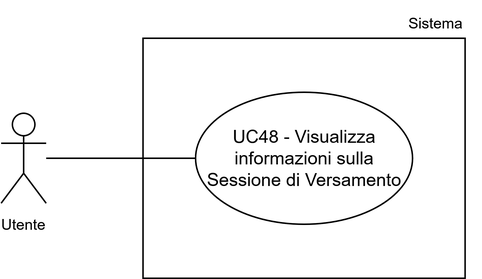
Above: assets/uml/UC48.png in 7-ZPUs/Docs (draw.io), before the change. Source tidied: cells renumbered, new cells last; positions are measured from the earlier drawing's top-left corner, leaving out a move shared by most shapes. The source it was exported from:
```xml
<mxGraphModel>
  <root>
    <mxCell id="0" />
    <mxCell id="1" parent="0" />
    <mxCell id="2" style="whiteSpace=wrap;html=1;" parent="1" vertex="1">
      <mxGeometry x="94.8" y="25" width="214.5" height="160" as="geometry" />
    </mxCell>
    <mxCell id="3" value="UC48 - Visualizza informazioni sulla Sessione di Versamento" style="ellipse;whiteSpace=wrap;html=1;" parent="1" vertex="1">
      <mxGeometry x="129.8" y="61" width="144.5" height="88" as="geometry" />
    </mxCell>
    <mxCell id="4" value="&lt;font style=&quot;font-size: 10px;&quot;&gt;Utente&lt;/font&gt;" style="shape=umlActor;verticalLabelPosition=bottom;verticalAlign=top;html=1;" parent="1" vertex="1">
      <mxGeometry x="0.3" y="75" width="30" height="60" as="geometry" />
    </mxCell>
    <mxCell id="5" value="Sistema" style="text;html=1;whiteSpace=wrap;strokeColor=none;fillColor=none;align=center;verticalAlign=middle;rounded=0;fontSize=10;" parent="1" vertex="1">
      <mxGeometry x="260.2" width="60" height="30" as="geometry" />
    </mxCell>
    <mxCell id="6" style="endArrow=none;html=1;rounded=0;entryX=0;entryY=0.5;entryDx=0;entryDy=0;" parent="1" edge="1" target="3">
      <mxGeometry relative="1" as="geometry">
        <mxPoint x="30.2" y="105" as="sourcePoint" />
      </mxGeometry>
    </mxCell>
  </root>
</mxGraphModel>
```
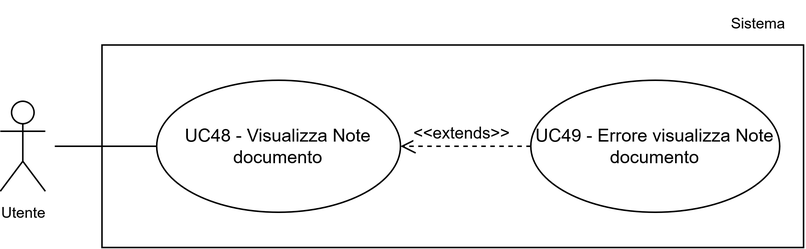
Later version of the same file.

What changed in the source:
```diff
@@ -3,21 +3,27 @@
     <mxCell id="0" />
     <mxCell id="1" parent="0" />
     <mxCell id="2" style="whiteSpace=wrap;html=1;" parent="1" vertex="1">
-      <mxGeometry x="94.8" y="25" width="214.5" height="160" as="geometry" />
+      <mxGeometry x="-329.6" y="6641.5" width="467.4" height="135" as="geometry" />
     </mxCell>
-    <mxCell id="3" value="UC48 - Visualizza informazioni sulla Sessione di Versamento" style="ellipse;whiteSpace=wrap;html=1;" parent="1" vertex="1">
-      <mxGeometry x="129.8" y="61" width="144.5" height="88" as="geometry" />
+    <mxCell id="3" value="UC48 - Visualizza Note documento" style="ellipse;whiteSpace=wrap;html=1;" parent="1" vertex="1">
+      <mxGeometry x="-293.1" y="6665" width="162.4" height="88" as="geometry" />
     </mxCell>
     <mxCell id="4" value="&lt;font style=&quot;font-size: 10px;&quot;&gt;Utente&lt;/font&gt;" style="shape=umlActor;verticalLabelPosition=bottom;verticalAlign=top;html=1;" parent="1" vertex="1">
-      <mxGeometry x="0.3" y="75" width="30" height="60" as="geometry" />
+      <mxGeometry x="-397.3" y="6679" width="30" height="60" as="geometry" />
     </mxCell>
     <mxCell id="5" value="Sistema" style="text;html=1;whiteSpace=wrap;strokeColor=none;fillColor=none;align=center;verticalAlign=middle;rounded=0;fontSize=10;" parent="1" vertex="1">
-      <mxGeometry x="260.2" width="60" height="30" as="geometry" />
+      <mxGeometry x="77.9" y="6611.5" width="60" height="30" as="geometry" />
     </mxCell>
     <mxCell id="6" style="endArrow=none;html=1;rounded=0;entryX=0;entryY=0.5;entryDx=0;entryDy=0;" parent="1" edge="1" target="3">
       <mxGeometry relative="1" as="geometry">
-        <mxPoint x="30.2" y="105" as="sourcePoint" />
+        <mxPoint x="-361" y="6709" as="sourcePoint" />
       </mxGeometry>
     </mxCell>
+    <mxCell id="7" value="UC49 - Errore visualizza Note documento" style="ellipse;whiteSpace=wrap;html=1;" parent="1" vertex="1">
+      <mxGeometry x="-43.8" y="6665" width="165.8" height="88" as="geometry" />
+    </mxCell>
+    <mxCell id="8" value="&amp;lt;&amp;lt;extends&amp;gt;&amp;gt;" style="html=1;verticalAlign=bottom;endArrow=open;dashed=1;endSize=8;curved=0;rounded=0;exitX=0;exitY=0.5;exitDx=0;exitDy=0;entryX=1;entryY=0.5;entryDx=0;entryDy=0;" parent="1" edge="1" source="7" target="3">
+      <mxGeometry x="0.05" relative="1" as="geometry" />
+    </mxCell>
   </root>
 </mxGraphModel>
```
